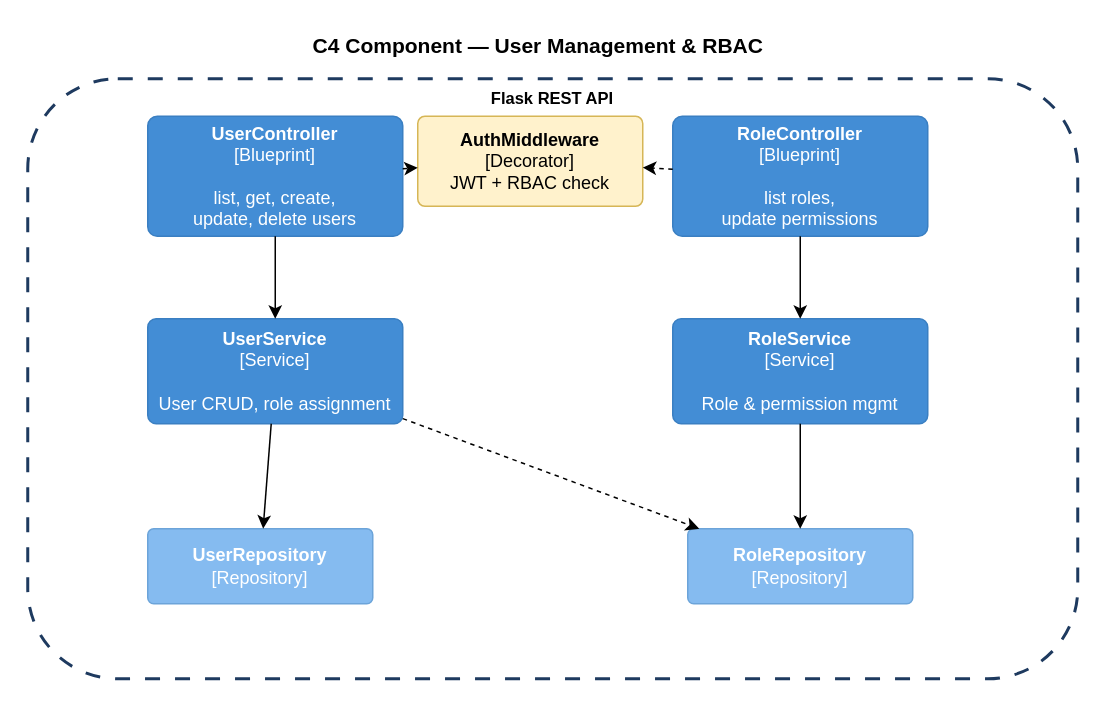
The draw.io diagram docs/detailed-designs/diagrams/drawio/c4_component_user.drawio in QuinntyneBrown/LendQ, before the edit. Source tidied: cells renumbered, new cells numbered last; positions are measured from the earlier drawing's top-left corner, leaving out a move shared by most shapes. Both pictures are drawn from the tidied source at 150%, with x=0, y=0 at pixel (27, 26).
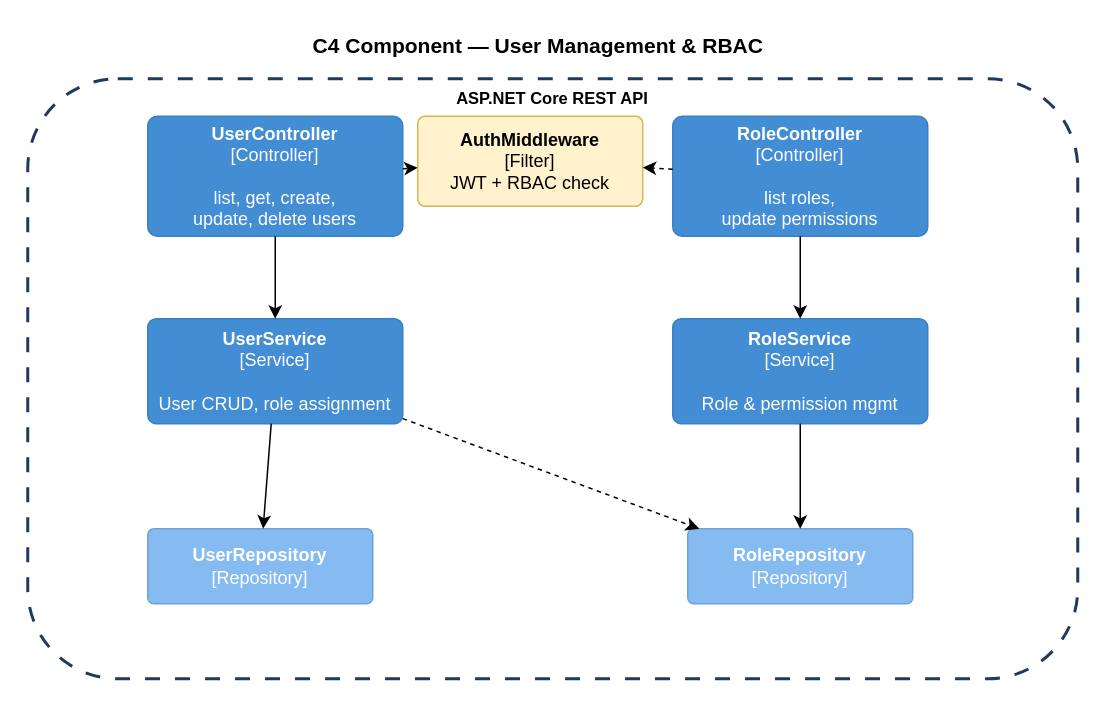
After the change.

The edit, as a diff of the source:
```diff
@@
 <mxGraphModel>
   <root>
     <mxCell id="0" />
     <mxCell id="1" parent="0" />
     <mxCell id="2" value="C4 Component — User Management &amp; RBAC" style="text;html=1;align=center;verticalAlign=middle;strokeColor=none;fillColor=none;fontSize=14;fontStyle=1;" parent="1" vertex="1">
       <mxGeometry x="150" width="380" height="25" as="geometry" />
     </mxCell>
-    <mxCell id="3" value="Flask REST API" style="rounded=1;whiteSpace=wrap;html=1;fillColor=none;strokeColor=#1e3a5f;dashed=1;dashPattern=5 5;verticalAlign=top;fontStyle=1;fontSize=11;strokeWidth=2;" parent="1" vertex="1">
+    <mxCell id="3" value="ASP.NET Core REST API" style="rounded=1;whiteSpace=wrap;html=1;fillColor=none;strokeColor=#1e3a5f;dashed=1;dashPattern=5 5;verticalAlign=top;fontStyle=1;fontSize=11;strokeWidth=2;" parent="1" vertex="1">
       <mxGeometry y="35" width="700" height="400" as="geometry" />
     </mxCell>
-    <mxCell id="4" value="&lt;b&gt;UserController&lt;/b&gt;&lt;br&gt;[Blueprint]&lt;br&gt;&lt;br&gt;list, get, create,&lt;br&gt;update, delete users" style="rounded=1;whiteSpace=wrap;html=1;fillColor=#438DD5;fontColor=#ffffff;strokeColor=#3a7fc2;arcSize=8;" parent="1" vertex="1">
+    <mxCell id="4" value="&lt;b&gt;UserController&lt;/b&gt;&lt;br&gt;[Controller]&lt;br&gt;&lt;br&gt;list, get, create,&lt;br&gt;update, delete users" style="rounded=1;whiteSpace=wrap;html=1;fillColor=#438DD5;fontColor=#ffffff;strokeColor=#3a7fc2;arcSize=8;" parent="1" vertex="1">
       <mxGeometry x="80" y="60" width="170" height="80" as="geometry" />
     </mxCell>
-    <mxCell id="5" value="&lt;b&gt;RoleController&lt;/b&gt;&lt;br&gt;[Blueprint]&lt;br&gt;&lt;br&gt;list roles,&lt;br&gt;update permissions" style="rounded=1;whiteSpace=wrap;html=1;fillColor=#438DD5;fontColor=#ffffff;strokeColor=#3a7fc2;arcSize=8;" parent="1" vertex="1">
+    <mxCell id="5" value="&lt;b&gt;RoleController&lt;/b&gt;&lt;br&gt;[Controller]&lt;br&gt;&lt;br&gt;list roles,&lt;br&gt;update permissions" style="rounded=1;whiteSpace=wrap;html=1;fillColor=#438DD5;fontColor=#ffffff;strokeColor=#3a7fc2;arcSize=8;" parent="1" vertex="1">
       <mxGeometry x="430" y="60" width="170" height="80" as="geometry" />
     </mxCell>
     <mxCell id="6" value="&lt;b&gt;UserService&lt;/b&gt;&lt;br&gt;[Service]&lt;br&gt;&lt;br&gt;User CRUD, role assignment" style="rounded=1;whiteSpace=wrap;html=1;fillColor=#438DD5;fontColor=#ffffff;strokeColor=#3a7fc2;arcSize=8;" parent="1" vertex="1">
       <mxGeometry x="80" y="195" width="170" height="70" as="geometry" />
     </mxCell>
     <mxCell id="7" value="&lt;b&gt;RoleService&lt;/b&gt;&lt;br&gt;[Service]&lt;br&gt;&lt;br&gt;Role &amp; permission mgmt" style="rounded=1;whiteSpace=wrap;html=1;fillColor=#438DD5;fontColor=#ffffff;strokeColor=#3a7fc2;arcSize=8;" parent="1" vertex="1">
       <mxGeometry x="430" y="195" width="170" height="70" as="geometry" />
     </mxCell>
     <mxCell id="8" value="&lt;b&gt;UserRepository&lt;/b&gt;&lt;br&gt;[Repository]" style="rounded=1;whiteSpace=wrap;html=1;fillColor=#85BBF0;fontColor=#ffffff;strokeColor=#6ca4d9;arcSize=8;" parent="1" vertex="1">
       <mxGeometry x="80" y="335" width="150" height="50" as="geometry" />
     </mxCell>
     <mxCell id="9" value="&lt;b&gt;RoleRepository&lt;/b&gt;&lt;br&gt;[Repository]" style="rounded=1;whiteSpace=wrap;html=1;fillColor=#85BBF0;fontColor=#ffffff;strokeColor=#6ca4d9;arcSize=8;" parent="1" vertex="1">
       <mxGeometry x="440" y="335" width="150" height="50" as="geometry" />
     </mxCell>
-    <mxCell id="10" value="&lt;b&gt;AuthMiddleware&lt;/b&gt;&lt;br&gt;[Decorator]&lt;br&gt;JWT + RBAC check" style="rounded=1;whiteSpace=wrap;html=1;fillColor=#fff2cc;strokeColor=#d6b656;arcSize=8;" parent="1" vertex="1">
+    <mxCell id="10" value="&lt;b&gt;AuthMiddleware&lt;/b&gt;&lt;br&gt;[Filter]&lt;br&gt;JWT + RBAC check" style="rounded=1;whiteSpace=wrap;html=1;fillColor=#fff2cc;strokeColor=#d6b656;arcSize=8;" parent="1" vertex="1">
       <mxGeometry x="260" y="60" width="150" height="60" as="geometry" />
     </mxCell>
     <mxCell id="11" style="endArrow=classic;html=1;" parent="1" edge="1" source="4" target="6">
       <mxGeometry relative="1" as="geometry" />
     </mxCell>
     <mxCell id="12" style="endArrow=classic;html=1;" parent="1" edge="1" source="5" target="7">
       <mxGeometry relative="1" as="geometry" />
     </mxCell>
     <mxCell id="13" style="endArrow=classic;html=1;" parent="1" edge="1" source="6" target="8">
       <mxGeometry relative="1" as="geometry" />
     </mxCell>
     <mxCell id="14" style="endArrow=classic;html=1;" parent="1" edge="1" source="7" target="9">
       <mxGeometry relative="1" as="geometry" />
     </mxCell>
     <mxCell id="15" style="endArrow=classic;html=1;dashed=1;" parent="1" edge="1" source="6" target="9">
       <mxGeometry relative="1" as="geometry" />
     </mxCell>
     <mxCell id="16" style="endArrow=classic;html=1;dashed=1;" parent="1" edge="1" source="4" target="10">
       <mxGeometry relative="1" as="geometry" />
     </mxCell>
     <mxCell id="17" style="endArrow=classic;html=1;dashed=1;" parent="1" edge="1" source="5" target="10">
       <mxGeometry relative="1" as="geometry" />
     </mxCell>
   </root>
 </mxGraphModel>
```
